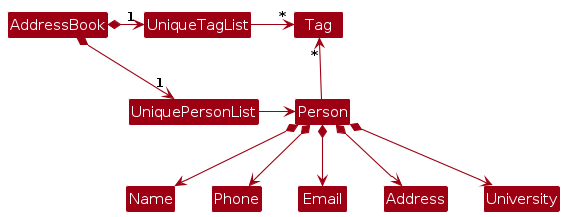
Earlier version of the PlantUML export diagrams/BetterModelClassDiagram.png (verakohh/tp). Its source is kept beside it as diagrams/BetterModelClassDiagram.puml. Source of this version:
```plantuml
@startuml
!include style.puml
skinparam arrowThickness 1.1
skinparam arrowColor MODEL_COLOR
skinparam classBackgroundColor MODEL_COLOR

AddressBook *-right-> "1" UniquePersonList
AddressBook *-right-> "1" UniqueTagList
UniqueTagList -[hidden]down- UniquePersonList
UniqueTagList -[hidden]down- UniquePersonList

UniqueTagList -right-> "*" Tag
UniquePersonList -right-> Person

Person -up-> "*" Tag

Person *--> Name
Person *--> Phone
Person *--> Email
Person *--> Address
Person *--> University
@enduml
```
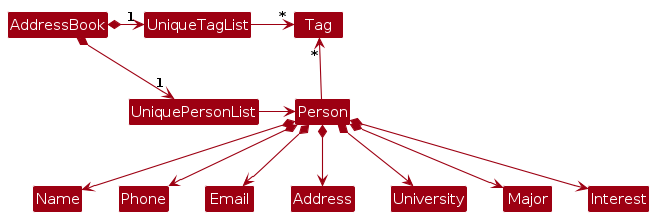
The same diagram one commit later.

The edit, as a diff of the source:
```diff
@@ -19,4 +19,6 @@
 Person *--> Email
 Person *--> Address
 Person *--> University
+Person *--> Major
+Person *--> Interest
 @enduml
```
